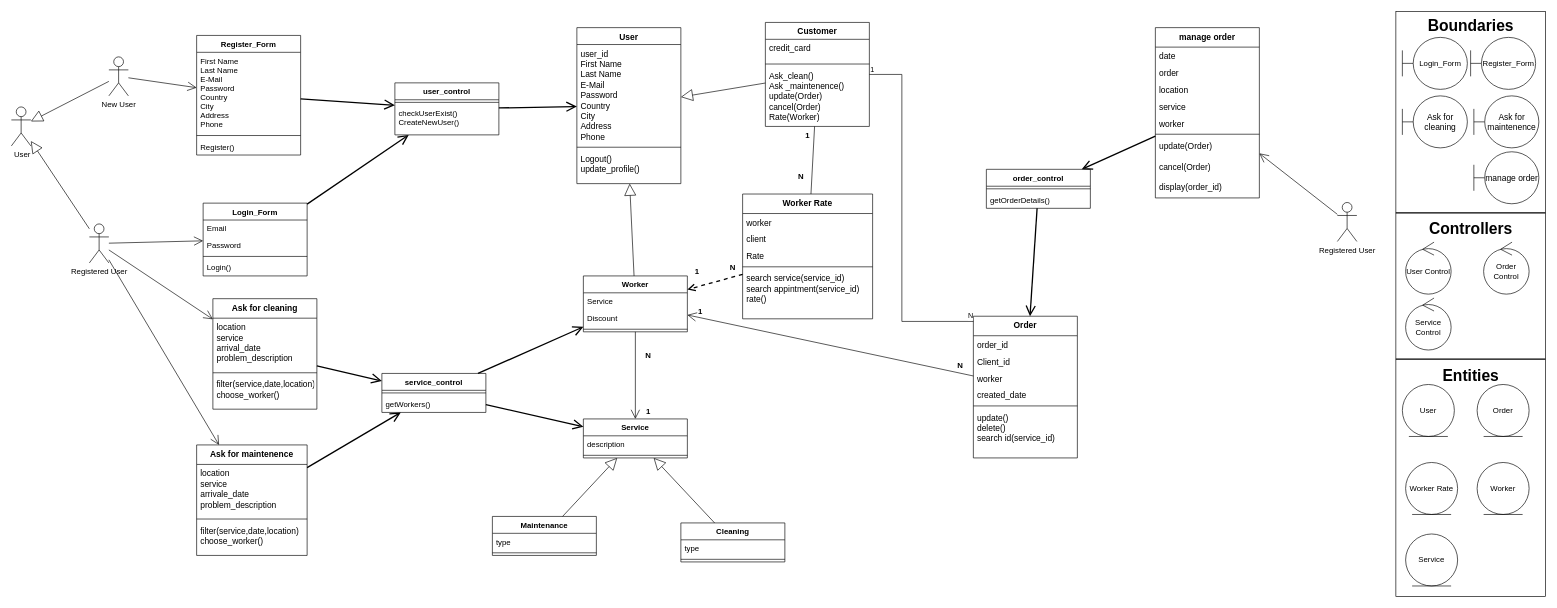
Earlier version of the draw.io diagram page "Class Final" (5 of 8) of Untitled Diagram.drawio (adhamfayrouzamf/drawio). Source tidied: cells renumbered, new cells numbered last; positions are measured from the earlier drawing's top-left corner, leaving out a move shared by most shapes. Both pictures are drawn from the tidied source at 65%, with x=0, y=0 at pixel (11, 11).
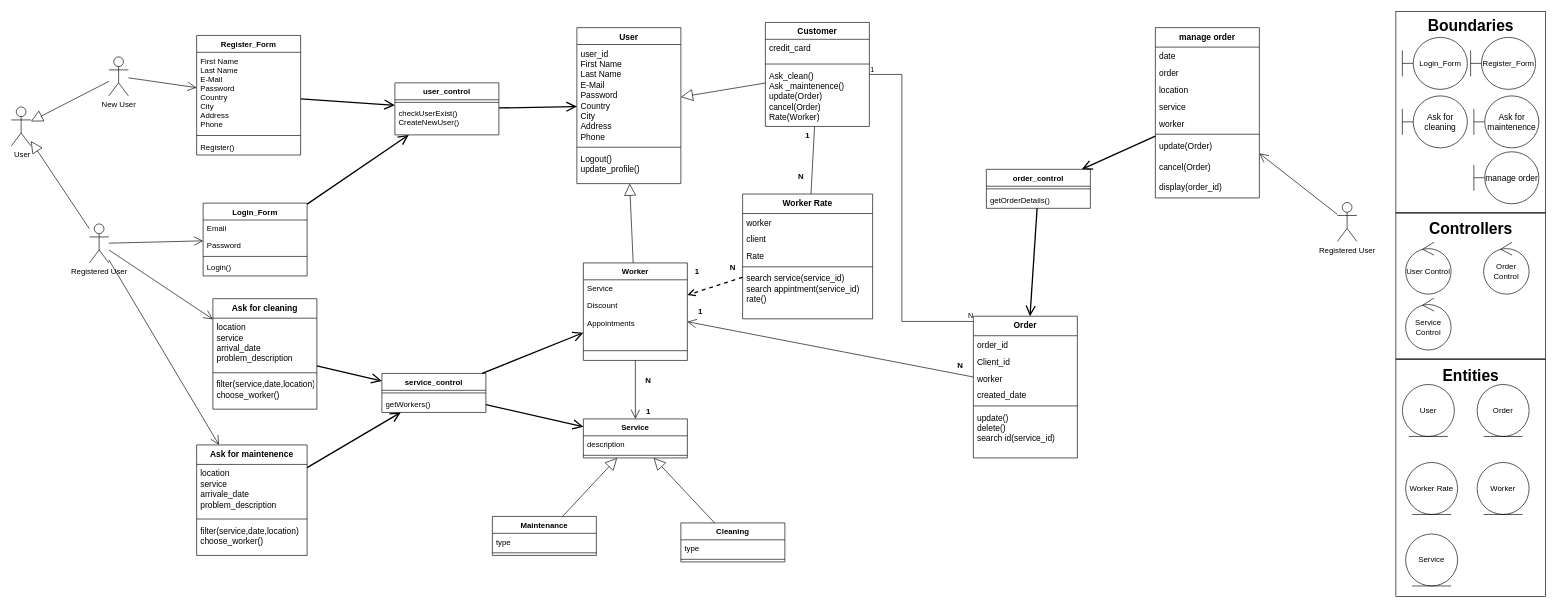
The same page after the edit.

What changed in the source:
```diff
@@
     <mxCell id="56" value="Worker" style="swimlane;fontStyle=1;align=center;verticalAlign=top;horizontal=1;startSize=26;" parent="1" vertex="1">
-      <mxGeometry x="880" y="407" width="160" height="86" as="geometry" />
+      <mxGeometry x="880" y="387" width="160" height="150" as="geometry" />
     </mxCell>
@@
-    <mxCell id="58" value="Discount" style="text;strokeColor=none;fillColor=none;align=left;verticalAlign=top;spacingLeft=4;spacingRight=4;overflow=hidden;" parent="56" vertex="1">
-      <mxGeometry y="52" width="160" height="26" as="geometry" />
+    <mxCell id="58" value="Discount&#10;&#10;Appointments" style="text;strokeColor=none;fillColor=none;align=left;verticalAlign=top;spacingLeft=4;spacingRight=4;overflow=hidden;" parent="56" vertex="1">
+      <mxGeometry y="52" width="160" height="68" as="geometry" />
     </mxCell>
     <mxCell id="59" style="line;strokeWidth=1;fillColor=none;align=left;verticalAlign=middle;spacingTop=-1;spacingLeft=3;spacingRight=3;labelPosition=right;" parent="56" vertex="1">
-      <mxGeometry y="78" width="160" height="8" as="geometry" />
+      <mxGeometry y="120" width="160" height="30" as="geometry" />
     </mxCell>
@@
     <mxCell id="117" value="N" style="text;align=center;fontStyle=1;verticalAlign=middle;spacingLeft=3;spacingRight=3;strokeColor=none;" parent="1" vertex="1">
-      <mxGeometry x="970" y="522" width="20" height="15" as="geometry" />
+      <mxGeometry x="970" y="559" width="20" height="15" as="geometry" />
     </mxCell>
```
